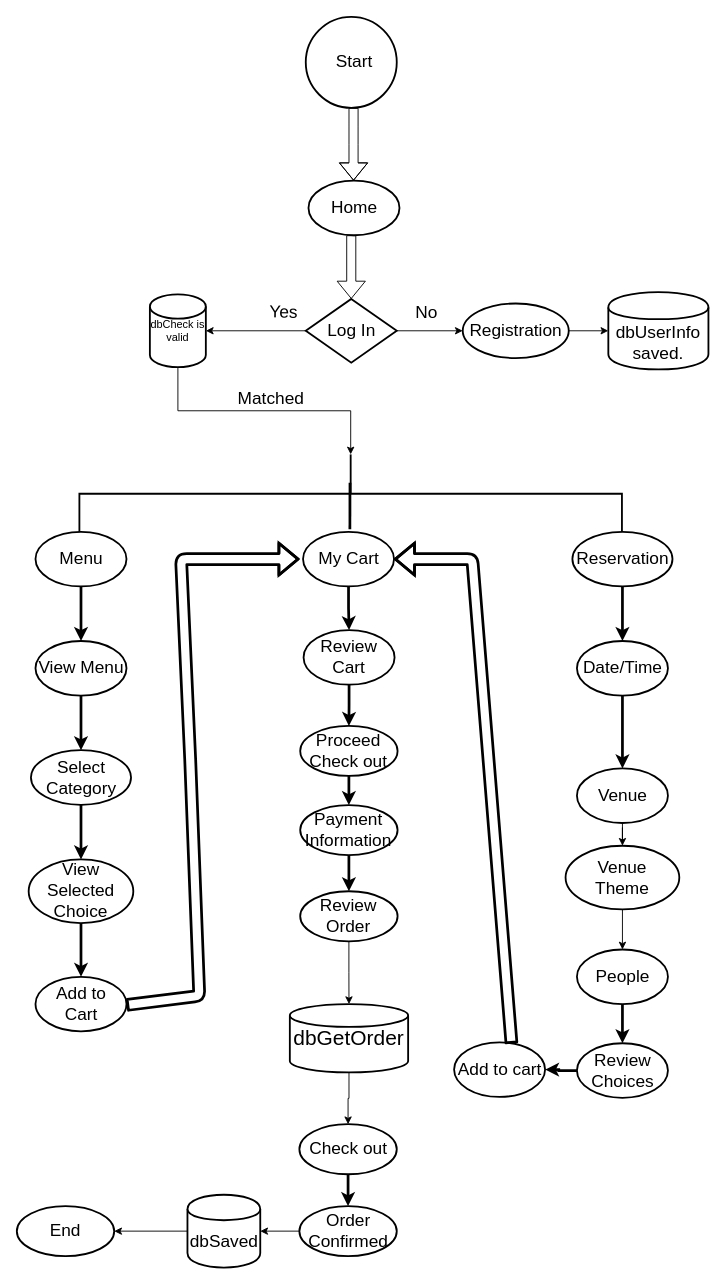
Before: Untitled Diagram.drawio in rheymel/KingROMOLO, a draw.io diagram. Source tidied: cells renumbered, new cells numbered last; positions are measured from the earlier drawing's top-left corner, leaving out a move shared by most shapes. Both pictures are drawn from the tidied source at 91%, with x=0, y=0 at pixel (16, 16).
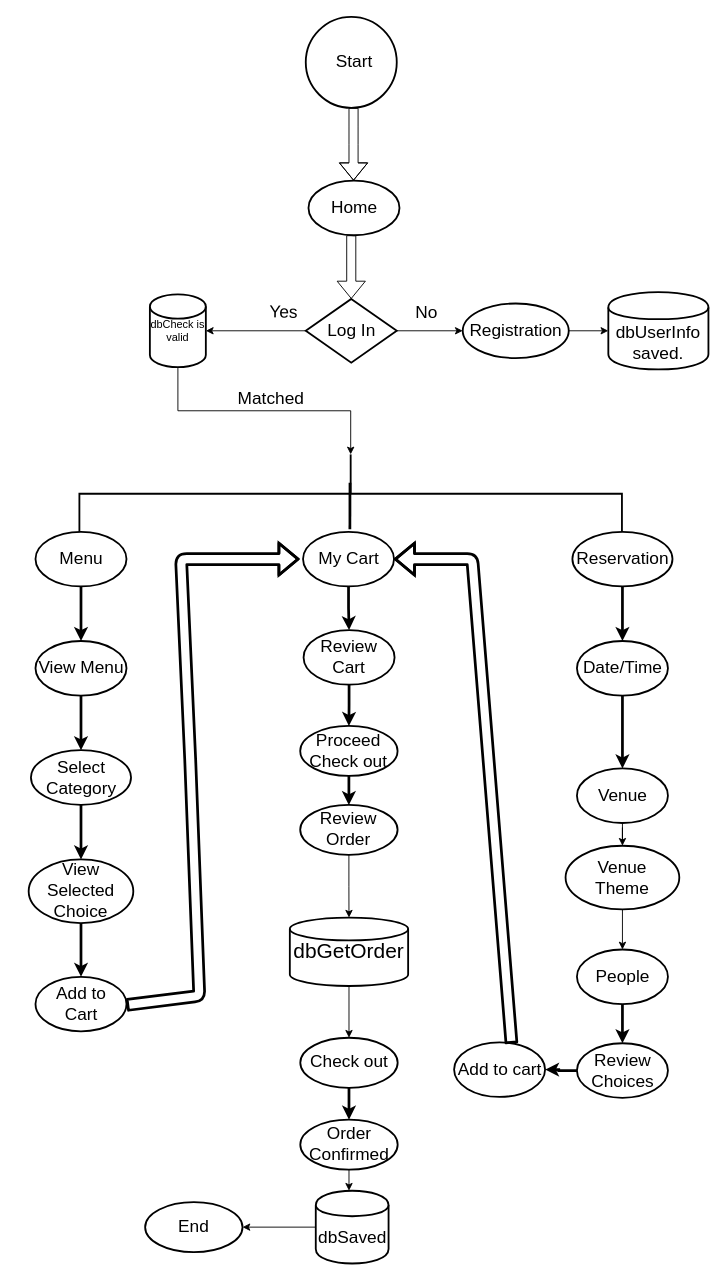
The same diagram, later.

Unchanged cells that the change refers to:
```xml
<mxCell id="43" value="Proceed Check out" style="strokeWidth=2;html=1;shape=mxgraph.flowchart.start_1;whiteSpace=wrap;fontSize=19;" parent="1" vertex="1">
  <mxGeometry x="311.4" y="779.2" width="107" height="55" as="geometry" />
</mxCell>
```

Change to the diagram source:
```diff
@@
-    <mxCell id="42" style="edgeStyle=orthogonalEdgeStyle;rounded=0;jettySize=auto;html=1;strokeWidth=3;fontSize=19;" parent="1" edge="1" source="43" target="45">
-      <mxGeometry relative="1" as="geometry" />
+    <mxCell id="42" style="edgeStyle=orthogonalEdgeStyle;rounded=0;jettySize=auto;html=1;strokeWidth=3;fontSize=19;" parent="1" edge="1" source="43">
+      <mxGeometry relative="1" as="geometry">
+        <mxPoint x="364.9" y="866.2" as="targetPoint" />
+      </mxGeometry>
     </mxCell>
@@
-    <mxCell id="44" style="edgeStyle=orthogonalEdgeStyle;rounded=0;jettySize=auto;html=1;strokeWidth=3;fontSize=19;" parent="1" edge="1" source="45" target="47">
-      <mxGeometry relative="1" as="geometry" />
-    </mxCell>
-    <mxCell id="45" value="Payment Information" style="strokeWidth=2;html=1;shape=mxgraph.flowchart.start_1;whiteSpace=wrap;fontSize=19;" parent="1" vertex="1">
-      <mxGeometry x="311.4" y="866.2" width="107" height="55" as="geometry" />
-    </mxCell>
@@
     <mxCell id="47" value="Review Order" style="strokeWidth=2;html=1;shape=mxgraph.flowchart.start_1;whiteSpace=wrap;fontSize=19;" parent="1" vertex="1">
-      <mxGeometry x="311.4" y="960.9" width="107" height="55" as="geometry" />
+      <mxGeometry x="311.4" y="865.9" width="107" height="55" as="geometry" />
     </mxCell>
@@
     <mxCell id="49" value="Check out" style="strokeWidth=2;html=1;shape=mxgraph.flowchart.start_1;whiteSpace=wrap;fontSize=19;" parent="1" vertex="1">
-      <mxGeometry x="310.5" y="1216.9" width="107" height="55" as="geometry" />
+      <mxGeometry x="311.5" y="1121.9" width="107" height="55" as="geometry" />
     </mxCell>
-    <mxCell id="50" style="edgeStyle=orthogonalEdgeStyle;rounded=0;jettySize=auto;html=1;" parent="1" edge="1" source="51" target="62">
-      <mxGeometry relative="1" as="geometry" />
-    </mxCell>
+    <mxCell id="63" style="edgeStyle=orthogonalEdgeStyle;rounded=0;jettySize=auto;html=1;" parent="1" edge="1" source="51">
+      <mxGeometry relative="1" as="geometry">
+        <mxPoint x="365" y="1290" as="targetPoint" />
+      </mxGeometry>
+    </mxCell>
     <mxCell id="51" value="Order Confirmed" style="strokeWidth=2;html=1;shape=mxgraph.flowchart.start_1;whiteSpace=wrap;fontSize=19;" parent="1" vertex="1">
-      <mxGeometry x="310.5" y="1306.9" width="107" height="55" as="geometry" />
+      <mxGeometry x="311.5" y="1211.9" width="107" height="55" as="geometry" />
     </mxCell>
     <mxCell id="52" value="End" style="strokeWidth=2;html=1;shape=mxgraph.flowchart.start_1;whiteSpace=wrap;fontSize=19;" parent="1" vertex="1">
-      <mxGeometry y="1306.9" width="107" height="55" as="geometry" />
+      <mxGeometry x="141" y="1302.5" width="107" height="55" as="geometry" />
     </mxCell>
@@
     <mxCell id="60" value="&lt;font style=&quot;font-size: 23px&quot;&gt;dbGetOrder&lt;/font&gt;" style="strokeWidth=2;html=1;shape=mxgraph.flowchart.database;whiteSpace=wrap;" parent="1" vertex="1">
-      <mxGeometry x="300" y="1084.9" width="130" height="75.1" as="geometry" />
+      <mxGeometry x="300" y="989.9" width="130" height="75.1" as="geometry" />
     </mxCell>
@@
     <mxCell id="62" value="dbSaved" style="shape=cylinder;whiteSpace=wrap;html=1;boundedLbl=1;backgroundOutline=1;fontSize=19;strokeWidth=2;" parent="1" vertex="1">
-      <mxGeometry x="187.5" y="1294.4" width="80" height="80" as="geometry" />
+      <mxGeometry x="328.5" y="1290" width="80" height="80" as="geometry" />
     </mxCell>
```
